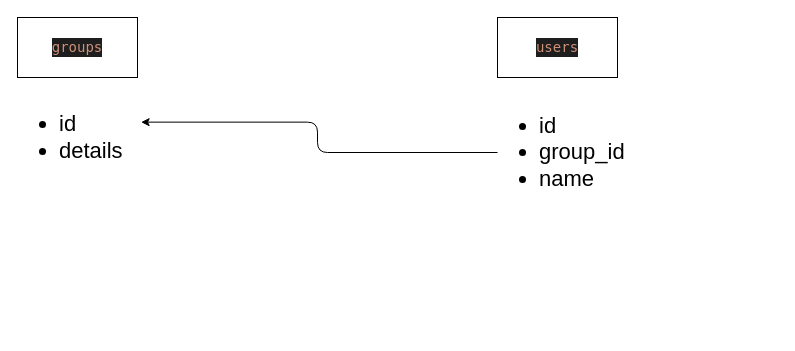
fadilxcoder/symfony-api-ifx keeps this draw.io diagram as db.drawio. Above is the earlier version. Source tidied: cells renumbered, new cells numbered last; positions are measured from the earlier drawing's top-left corner, leaving out a move shared by most shapes. Both pictures are drawn from the tidied source at 100%, with x=0, y=0 at pixel (17, 17).
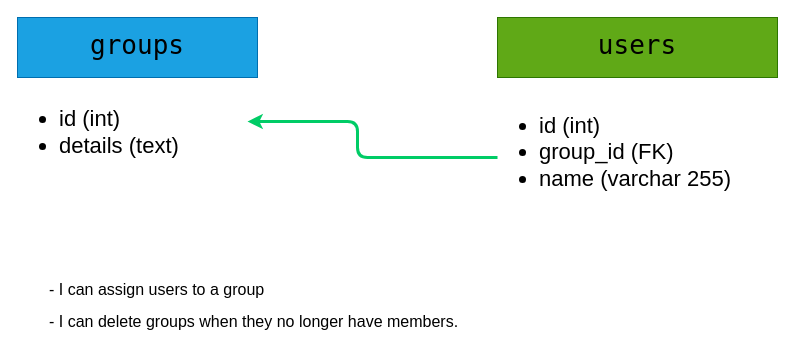
Above is the later version.

Change to the diagram source:
```diff
@@
 <mxGraphModel>
   <root>
     <mxCell id="0" />
     <mxCell id="1" parent="0" />
-    <mxCell id="2" value="&lt;div style=&quot;color: rgb(212 , 212 , 212) ; background-color: rgb(30 , 30 , 30) ; font-family: &amp;#34;droid sans mono&amp;#34; , &amp;#34;monospace&amp;#34; , monospace ; font-size: 14px ; line-height: 19px&quot;&gt;&lt;span style=&quot;color: #ce9178&quot;&gt;groups&lt;/span&gt;&lt;/div&gt;" style="rounded=0;whiteSpace=wrap;html=1;" parent="1" vertex="1">
-      <mxGeometry width="120" height="60" as="geometry" />
+    <mxCell id="2" value="&lt;div style=&quot;font-family: &amp;quot;droid sans mono&amp;quot;, &amp;quot;monospace&amp;quot;, monospace; line-height: 19px;&quot;&gt;&lt;span style=&quot;&quot;&gt;&lt;font style=&quot;font-size: 26px&quot;&gt;groups&lt;/font&gt;&lt;/span&gt;&lt;/div&gt;" style="rounded=0;whiteSpace=wrap;html=1;labelBackgroundColor=none;fontColor=#000000;labelBorderColor=none;fillColor=#1ba1e2;strokeColor=#006EAF;" parent="1" vertex="1">
+      <mxGeometry width="240" height="60" as="geometry" />
     </mxCell>
-    <mxCell id="3" value="&lt;ul style=&quot;font-size: 22px;&quot;&gt;&lt;li style=&quot;font-size: 22px;&quot;&gt;id&lt;/li&gt;&lt;li style=&quot;font-size: 22px;&quot;&gt;details&lt;/li&gt;&lt;/ul&gt;" style="text;strokeColor=none;fillColor=none;html=1;whiteSpace=wrap;verticalAlign=middle;overflow=hidden;fontSize=22;" parent="1" vertex="1">
-      <mxGeometry y="60" width="120" height="120" as="geometry" />
+    <mxCell id="3" value="&lt;ul style=&quot;font-size: 22px&quot;&gt;&lt;li style=&quot;font-size: 22px&quot;&gt;id (int)&lt;/li&gt;&lt;li style=&quot;font-size: 22px&quot;&gt;details (text)&lt;/li&gt;&lt;/ul&gt;" style="text;strokeColor=none;fillColor=none;html=1;whiteSpace=wrap;verticalAlign=middle;overflow=hidden;fontSize=22;" parent="1" vertex="1">
+      <mxGeometry y="60" width="240" height="110" as="geometry" />
     </mxCell>
-    <mxCell id="4" value="&lt;div style=&quot;color: rgb(212 , 212 , 212) ; background-color: rgb(30 , 30 , 30) ; font-family: &amp;#34;droid sans mono&amp;#34; , &amp;#34;monospace&amp;#34; , monospace ; font-size: 14px ; line-height: 19px&quot;&gt;&lt;span style=&quot;color: #ce9178&quot;&gt;users&lt;/span&gt;&lt;/div&gt;" style="rounded=0;whiteSpace=wrap;html=1;" parent="1" vertex="1">
-      <mxGeometry x="480" width="120" height="60" as="geometry" />
+    <mxCell id="4" value="&lt;div style=&quot;font-family: &amp;#34;droid sans mono&amp;#34; , &amp;#34;monospace&amp;#34; , monospace ; line-height: 19px&quot;&gt;&lt;font style=&quot;font-size: 26px&quot;&gt;users&lt;/font&gt;&lt;/div&gt;" style="rounded=0;whiteSpace=wrap;html=1;fillColor=#60a917;fontColor=#000000;strokeColor=#2D7600;labelBackgroundColor=none;labelBorderColor=none;" parent="1" vertex="1">
+      <mxGeometry x="480" width="280" height="60" as="geometry" />
     </mxCell>
-    <mxCell id="5" value="&lt;ul style=&quot;font-size: 22px;&quot;&gt;&lt;li style=&quot;font-size: 22px;&quot;&gt;id&lt;/li&gt;&lt;li style=&quot;font-size: 22px;&quot;&gt;group_id&lt;/li&gt;&lt;li style=&quot;font-size: 22px;&quot;&gt;name&lt;/li&gt;&lt;/ul&gt;" style="text;strokeColor=none;fillColor=none;html=1;whiteSpace=wrap;verticalAlign=middle;overflow=hidden;fontSize=22;" parent="1" vertex="1">
-      <mxGeometry x="480" y="60" width="160" height="150" as="geometry" />
+    <mxCell id="5" value="&lt;ul style=&quot;font-size: 22px&quot;&gt;&lt;li style=&quot;font-size: 22px&quot;&gt;id (int)&lt;/li&gt;&lt;li style=&quot;font-size: 22px&quot;&gt;group_id (FK)&lt;/li&gt;&lt;li style=&quot;font-size: 22px&quot;&gt;name (varchar 255)&lt;/li&gt;&lt;/ul&gt;" style="text;strokeColor=none;fillColor=none;html=1;whiteSpace=wrap;verticalAlign=middle;overflow=hidden;fontSize=22;labelBackgroundColor=none;" parent="1" vertex="1">
+      <mxGeometry x="480" y="60" width="280" height="150" as="geometry" />
     </mxCell>
-    <mxCell id="6" style="edgeStyle=elbowEdgeStyle;elbow=horizontal;endArrow=classic;html=1;entryX=1.03;entryY=0.372;entryDx=0;entryDy=0;entryPerimeter=0;" parent="1" edge="1" source="5" target="3">
+    <mxCell id="6" style="edgeStyle=elbowEdgeStyle;elbow=horizontal;endArrow=classic;html=1;strokeColor=#00CC66;strokeWidth=3;" parent="1" edge="1">
       <mxGeometry relative="1" as="geometry">
+        <mxPoint x="480" y="140" as="sourcePoint" />
+        <mxPoint x="230" y="104" as="targetPoint" />
         <Array as="points">
-          <mxPoint x="300" y="135" />
-          <mxPoint x="360" y="100" />
+          <mxPoint x="340" y="130" />
+          <mxPoint x="-30" />
+          <mxPoint x="360" y="135" />
+          <mxPoint x="420" y="100" />
         </Array>
       </mxGeometry>
     </mxCell>
+    <mxCell id="7" value="&lt;font face=&quot;sans-serif&quot;&gt;&lt;span style=&quot;font-size: 16px&quot;&gt;- I can assign users to a group&amp;nbsp;&lt;/span&gt;&lt;/font&gt;&lt;br&gt;&lt;font face=&quot;sans-serif&quot;&gt;&lt;span style=&quot;font-size: 16px&quot;&gt;- I can delete groups when they no longer have members.&lt;/span&gt;&lt;/font&gt;" style="text;html=1;strokeColor=none;fillColor=none;align=left;verticalAlign=middle;whiteSpace=wrap;rounded=0;labelBackgroundColor=none;labelBorderColor=none;fontSize=26;fontColor=#000000;" parent="1" vertex="1">
+      <mxGeometry x="30" y="270" width="420" height="30" as="geometry" />
+    </mxCell>
   </root>
 </mxGraphModel>
```
